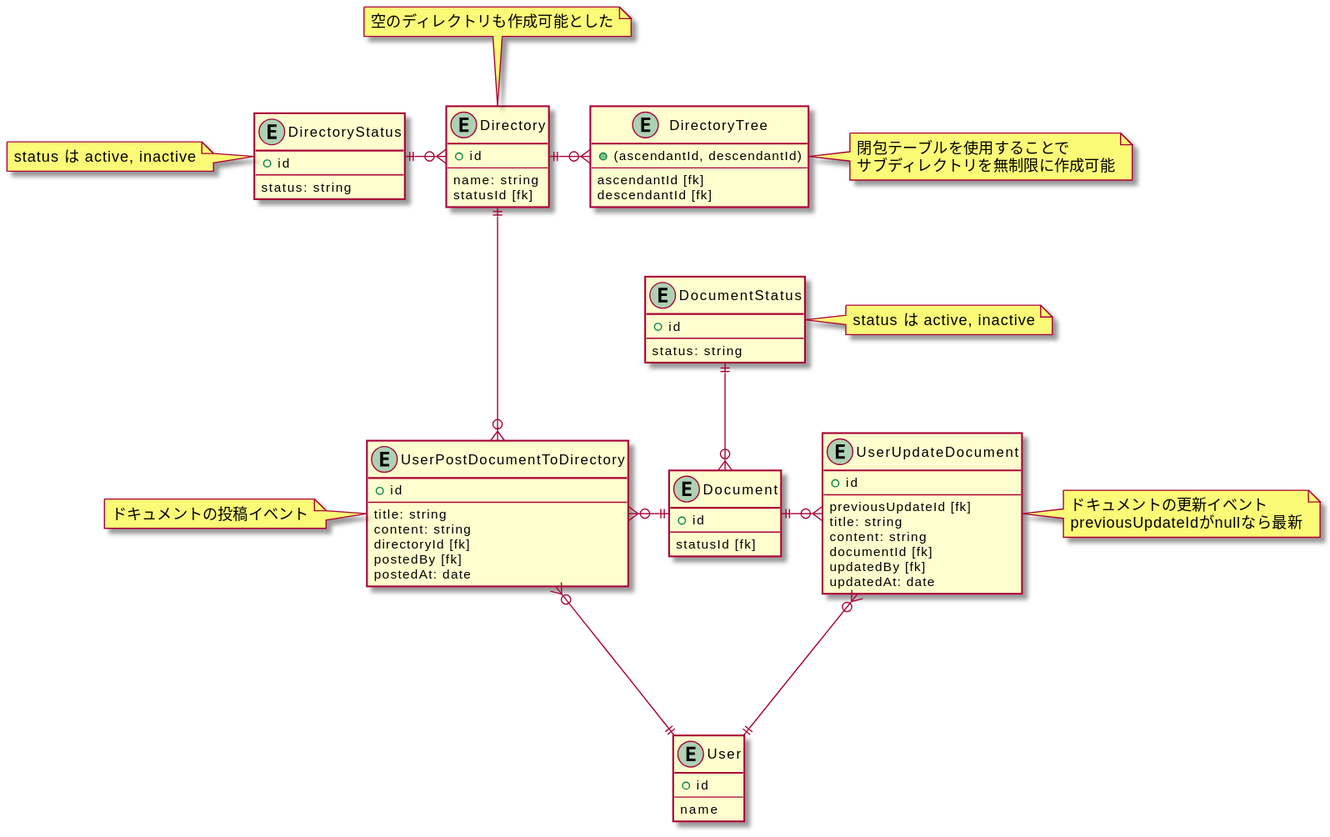
The PlantUML diagram 03_データベース/16_DBモデリング3/assets/diagram01.svg in sushidesu/prahachallenge, before a commit.
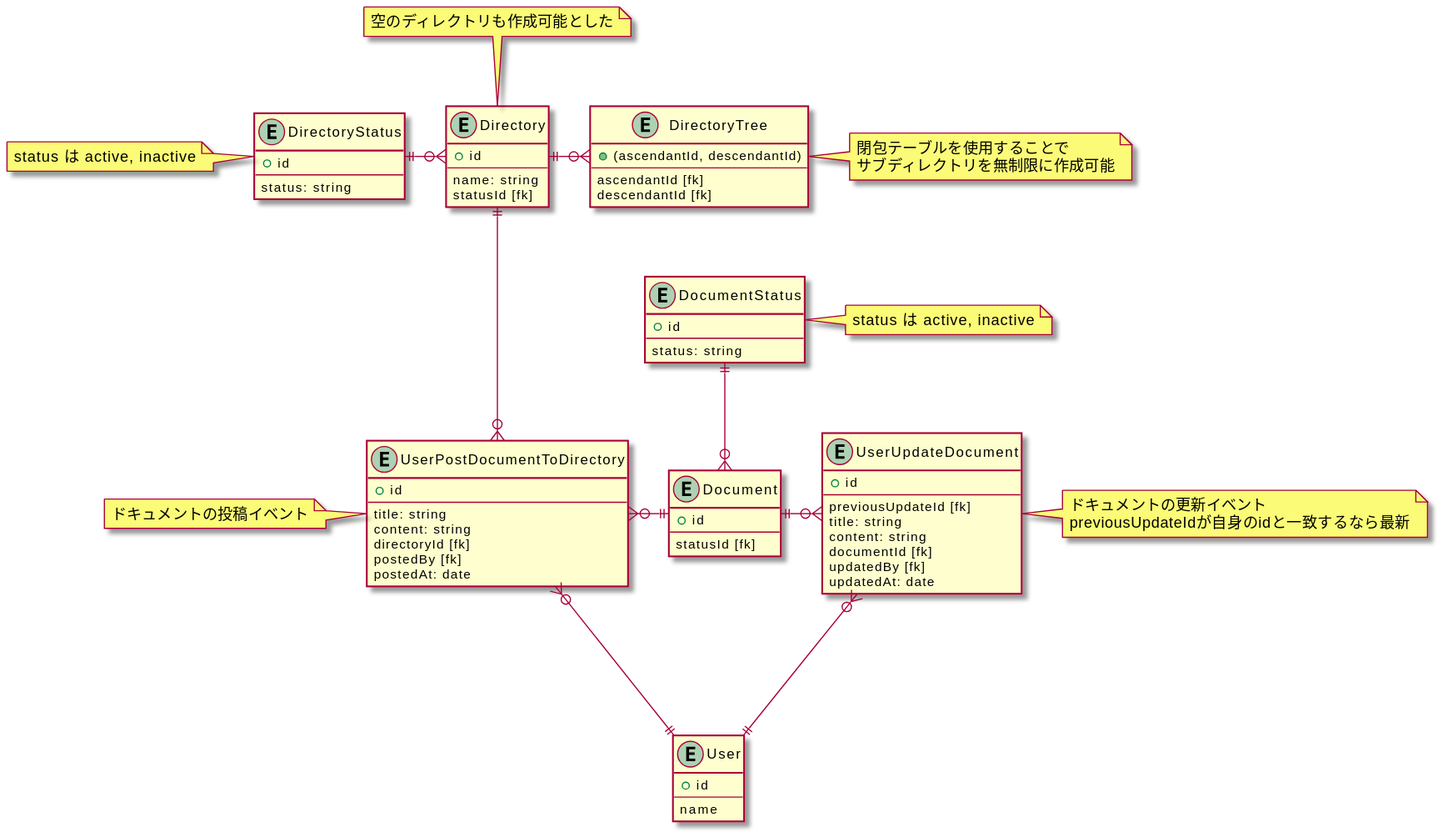
After the change.

Commit message:
画像を更新

What changed in the source:
```diff
@@ -36,7 +36,6 @@
 note left: status は active, inactive
 
 DirectoryStatus ||-o{ Directory
-
 
 entity Document {
   + id
@@ -82,7 +81,7 @@
 }
 note right
 ドキュメントの更新イベント
-previousUpdateIdがnullなら最新
+previousUpdateIdが自身のidと一致するなら最新
 end note
 
 Document ||-o{ UserUpdateDocument
```
